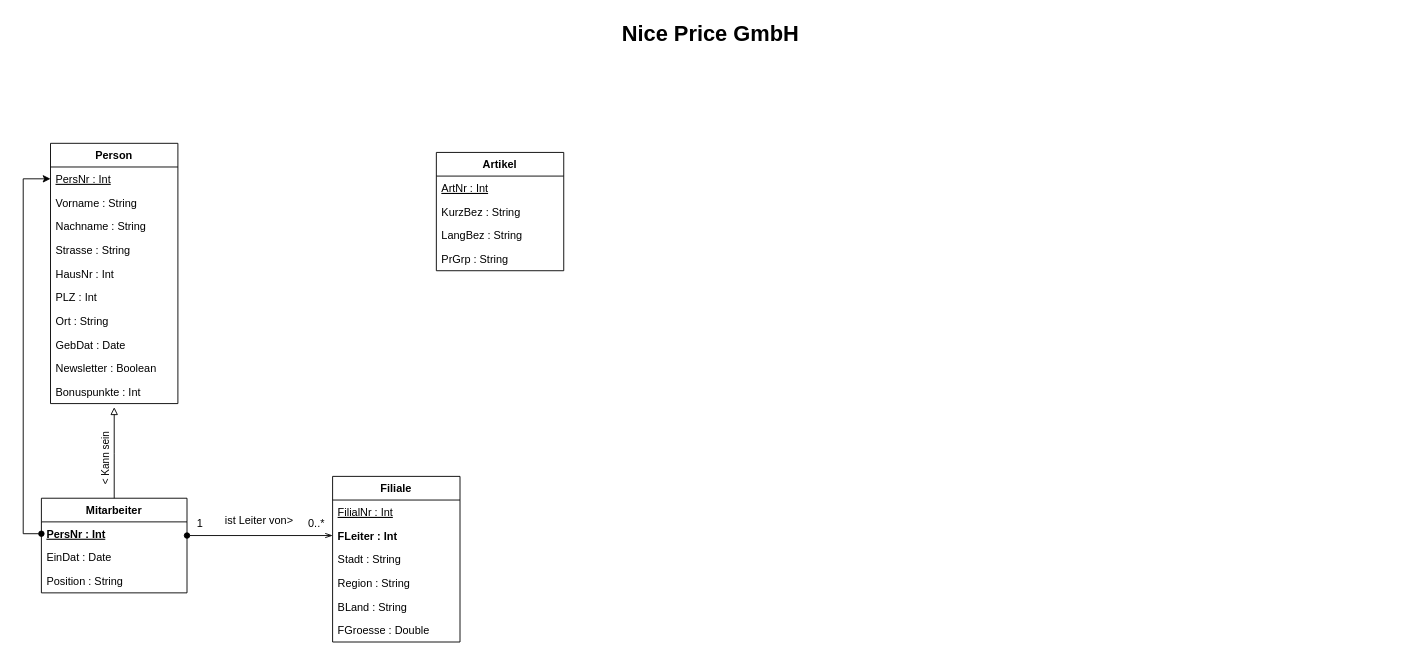
Resteklicken/DBS keeps this draw.io diagram as NicePriceUML.drawio. Above is the earlier version. Source tidied: cells renumbered, new cells numbered last; positions are measured from the earlier drawing's top-left corner, leaving out a move shared by most shapes. Both pictures are drawn from the tidied source at 91%, with x=0, y=0 at pixel (23, 15).
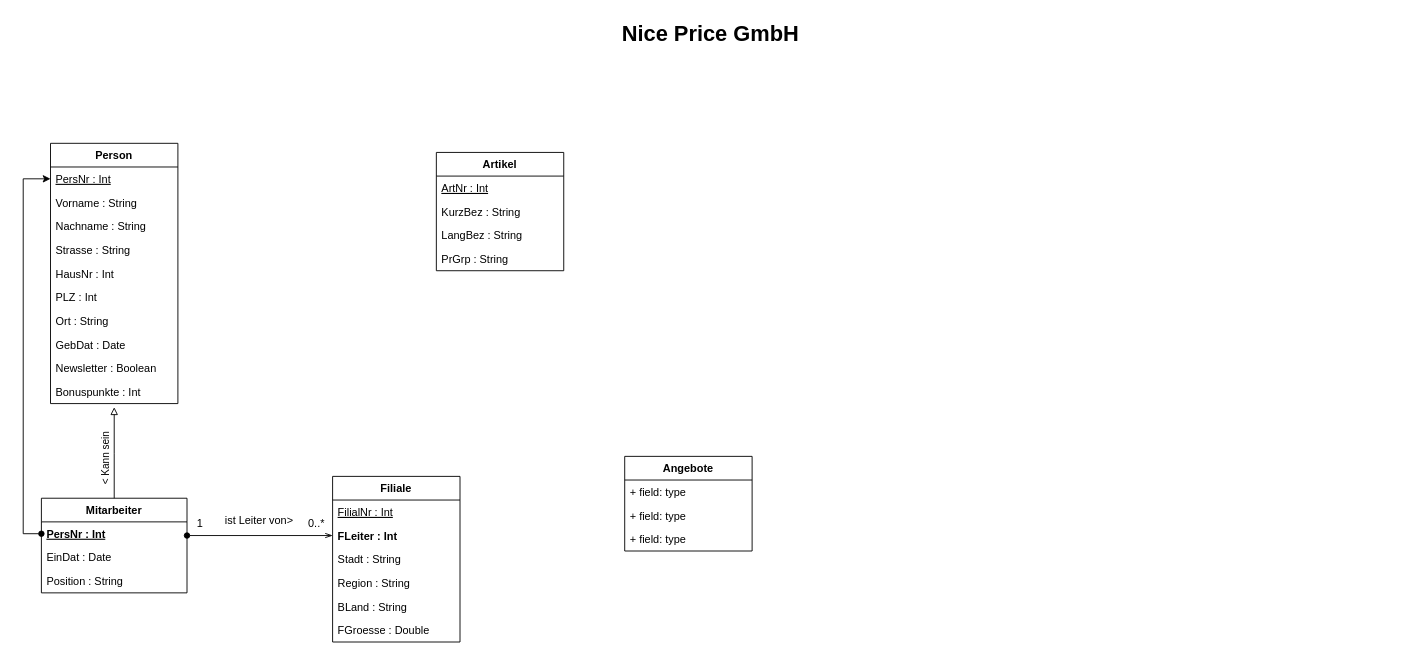
The same page after the edit.

Change to the diagram source:
```diff
@@
+    <mxCell id="37" value="Angebote" style="swimlane;fontStyle=1;horizontal=1;startSize=26;fillColor=none;" parent="1" vertex="1">
+      <mxGeometry x="661" y="484" width="140" height="104" as="geometry" />
+    </mxCell>
+    <mxCell id="38" value="+ field: type" style="text;strokeColor=none;fillColor=none;align=left;verticalAlign=top;spacingLeft=4;spacingRight=4;overflow=hidden;" parent="37" vertex="1">
+      <mxGeometry y="26" width="140" height="26" as="geometry" />
+    </mxCell>
+    <mxCell id="39" value="+ field: type" style="text;strokeColor=none;fillColor=none;align=left;verticalAlign=top;spacingLeft=4;spacingRight=4;overflow=hidden;" parent="37" vertex="1">
+      <mxGeometry y="52" width="140" height="26" as="geometry" />
+    </mxCell>
+    <mxCell id="40" value="+ field: type" style="text;strokeColor=none;fillColor=none;align=left;verticalAlign=top;spacingLeft=4;spacingRight=4;overflow=hidden;" parent="37" vertex="1">
+      <mxGeometry y="78" width="140" height="26" as="geometry" />
+    </mxCell>
```
